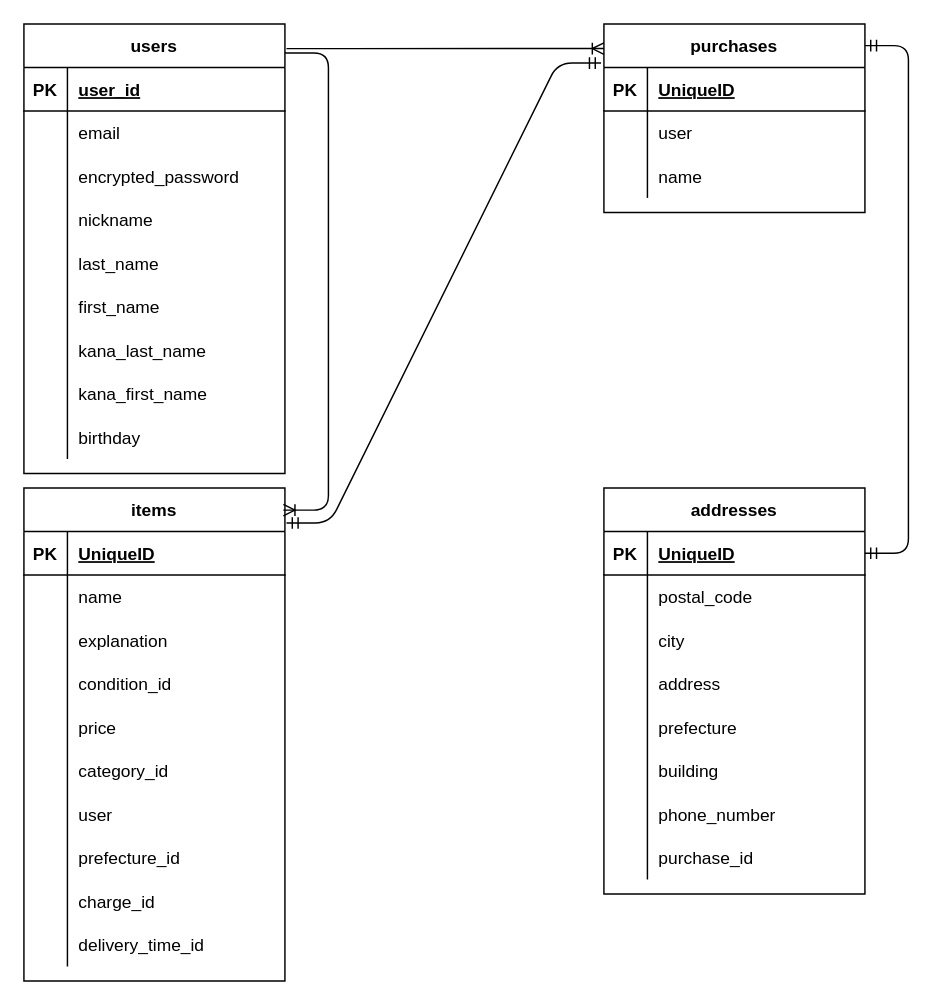
Above: furima.dio in yossy2424/furima-38000 (draw.io), before the change. Source tidied: cells renumbered, new cells numbered last; positions are measured from the earlier drawing's top-left corner, leaving out a move shared by most shapes. Both pictures are drawn from the tidied source at 145%, with x=0, y=0 at pixel (23, 23).
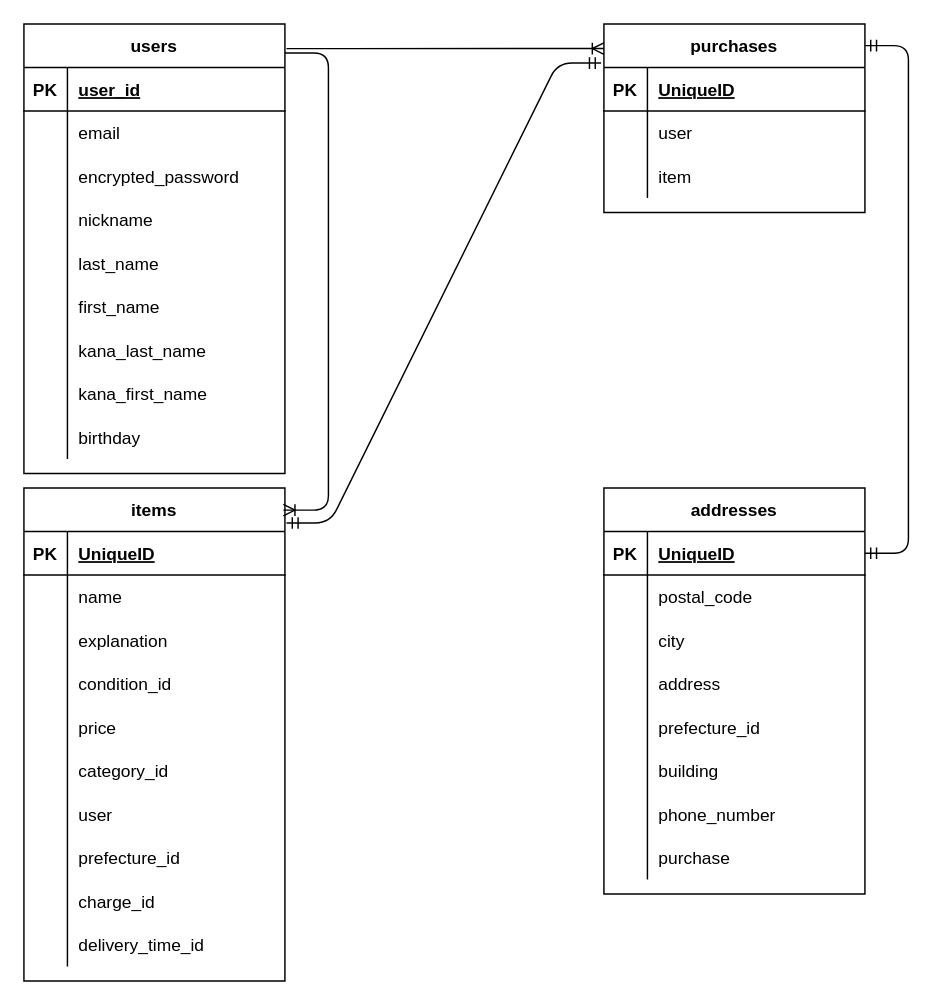
The same diagram, later.

Commit message:
データベース設計7

The change refers to these unchanged cells:
```xml
<mxCell id="40" style="shape=partialRectangle;fillColor=none;top=0;left=0;bottom=0;right=0;" parent="33" vertex="1">
  <mxGeometry y="90" width="180" height="30" as="geometry" />
</mxCell>
<mxCell id="84" style="shape=partialRectangle;fillColor=none;top=0;left=0;bottom=0;right=0;" parent="71" vertex="1">
  <mxGeometry y="150" width="180" height="30" as="geometry" />
</mxCell>
<mxCell id="93" style="shape=partialRectangle;fillColor=none;top=0;left=0;bottom=0;right=0;" parent="71" vertex="1">
  <mxGeometry y="240" width="180" height="30" as="geometry" />
</mxCell>
```

What changed in the source:
```diff
@@
-    <mxCell id="42" value="name" style="shape=partialRectangle;fillColor=none;top=0;left=0;bottom=0;right=0;align=left;spacingLeft=6;overflow=hidden;" parent="40" vertex="1">
+    <mxCell id="42" value="item" style="shape=partialRectangle;fillColor=none;top=0;left=0;bottom=0;right=0;align=left;spacingLeft=6;overflow=hidden;" parent="40" vertex="1">
       <mxGeometry x="30" width="150" height="30" as="geometry" />
     </mxCell>
@@
-    <mxCell id="86" value="prefecture" style="shape=partialRectangle;fillColor=none;top=0;left=0;bottom=0;right=0;align=left;spacingLeft=6;overflow=hidden;" parent="84" vertex="1">
+    <mxCell id="86" value="prefecture_id" style="shape=partialRectangle;fillColor=none;top=0;left=0;bottom=0;right=0;align=left;spacingLeft=6;overflow=hidden;" parent="84" vertex="1">
       <mxGeometry x="30" width="150" height="30" as="geometry" />
     </mxCell>
@@
-    <mxCell id="95" value="purchase_id" style="shape=partialRectangle;fillColor=none;top=0;left=0;bottom=0;right=0;align=left;spacingLeft=6;overflow=hidden;" parent="93" vertex="1">
+    <mxCell id="95" value="purchase" style="shape=partialRectangle;fillColor=none;top=0;left=0;bottom=0;right=0;align=left;spacingLeft=6;overflow=hidden;" parent="93" vertex="1">
       <mxGeometry x="30" width="150" height="30" as="geometry" />
     </mxCell>
```
